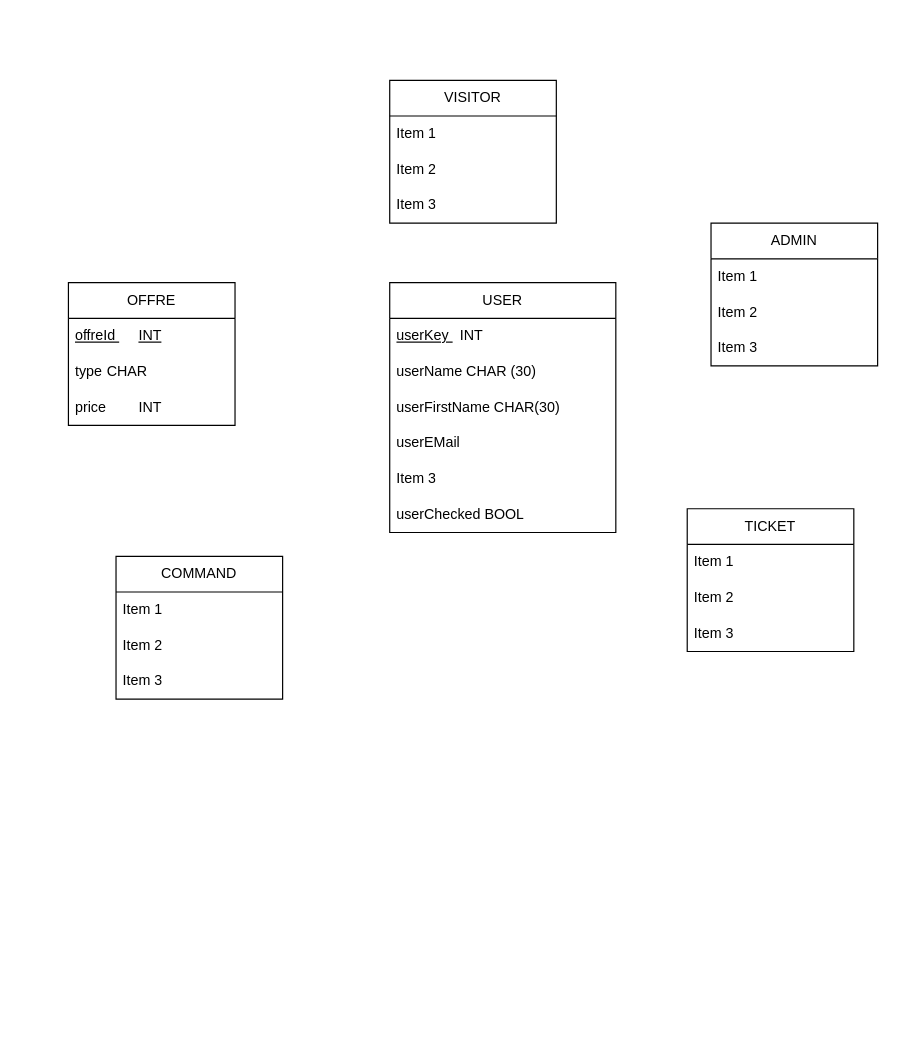
Earlier version of the draw.io diagram MCD.drawio (mariannemnrt/ProjetReservationBilletJO). Source tidied: cells renumbered, new cells numbered last; positions are measured from the earlier drawing's top-left corner, leaving out a move shared by most shapes. Both pictures are drawn from the tidied source at 119%, with x=0, y=0 at pixel (68, 80).
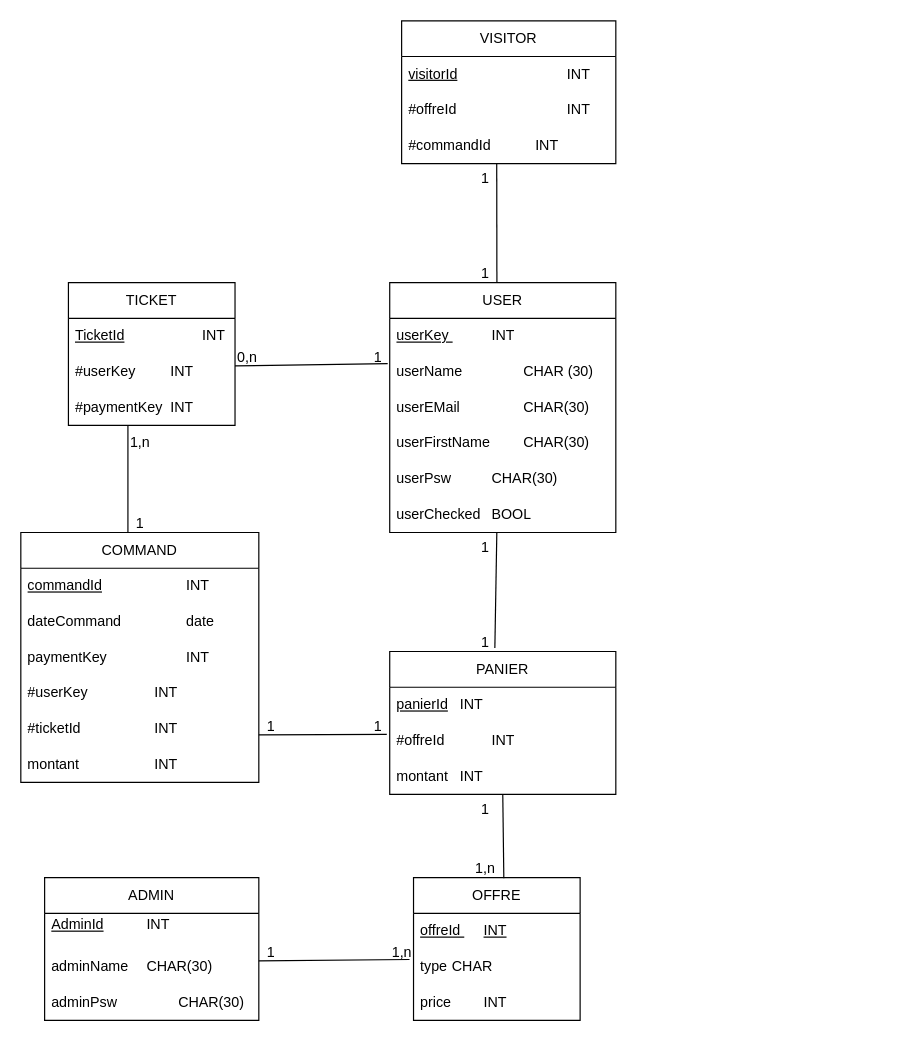
The same page after the edit.

Commit message (it also covers changes not shown here):
Mettre à jour MCD.drawio

Unchanged cells that the change refers to:
```xml
<mxCell id="2" value="USER" style="swimlane;fontStyle=0;horizontal=1;startSize=30;whiteSpace=wrap;html=1;" parent="1" vertex="1">
  <mxGeometry x="270" y="170" width="190" height="210" as="geometry" />
</mxCell>
<mxCell id="11" value="type&lt;span style=&quot;white-space: pre;&quot;&gt;&#9;&lt;/span&gt;CHAR " style="text;strokeColor=none;fillColor=none;align=left;verticalAlign=middle;spacingLeft=4;spacingRight=4;overflow=hidden;points=[[0,0.5],[1,0.5]];portConstraint=eastwest;whiteSpace=wrap;html=1;" parent="9" vertex="1">
  <mxGeometry y="60" width="140" height="30" as="geometry" />
</mxCell>
```

What changed in the source:
```diff
@@
-    <mxCell id="3" value="&lt;u&gt;userKey &lt;/u&gt;&lt;span style=&quot;white-space: pre;&quot;&gt;&#9;&lt;/span&gt;INT&lt;u&gt;&lt;br&gt;&lt;/u&gt;" style="text;strokeColor=none;fillColor=none;align=left;verticalAlign=middle;spacingLeft=4;spacingRight=4;overflow=hidden;whiteSpace=wrap;html=1;" parent="2" vertex="1">
+    <mxCell id="3" value="&lt;u&gt;userKey &lt;/u&gt;&lt;span style=&quot;white-space: pre;&quot;&gt;&#9;&lt;/span&gt;&lt;span style=&quot;white-space: pre;&quot;&gt;&#9;&lt;/span&gt;INT&lt;u&gt;&lt;br&gt;&lt;/u&gt;" style="text;strokeColor=none;fillColor=none;align=left;verticalAlign=middle;spacingLeft=4;spacingRight=4;overflow=hidden;whiteSpace=wrap;html=1;" parent="2" vertex="1">
       <mxGeometry y="30" width="190" height="30" as="geometry" />
     </mxCell>
-    <mxCell id="4" value="userName CHAR (30)" style="text;strokeColor=none;fillColor=none;align=left;verticalAlign=middle;spacingLeft=4;spacingRight=4;overflow=hidden;points=[[0,0.5],[1,0.5]];portConstraint=eastwest;whiteSpace=wrap;html=1;" parent="2" vertex="1">
+    <mxCell id="4" value="userName &lt;span style=&quot;white-space: pre;&quot;&gt;&#9;&lt;/span&gt;&lt;span style=&quot;white-space: pre;&quot;&gt;&#9;&lt;/span&gt;CHAR (30)" style="text;strokeColor=none;fillColor=none;align=left;verticalAlign=middle;spacingLeft=4;spacingRight=4;overflow=hidden;points=[[0,0.5],[1,0.5]];portConstraint=eastwest;whiteSpace=wrap;html=1;" parent="2" vertex="1">
       <mxGeometry y="60" width="190" height="30" as="geometry" />
     </mxCell>
+    <mxCell id="6" value="userEMail&lt;span style=&quot;white-space: pre;&quot;&gt;&#9;&lt;/span&gt;&lt;span style=&quot;white-space: pre;&quot;&gt;&#9;&lt;/span&gt;CHAR(30)" style="text;strokeColor=none;fillColor=none;align=left;verticalAlign=middle;spacingLeft=4;spacingRight=4;overflow=hidden;whiteSpace=wrap;html=1;" parent="2" vertex="1">
+      <mxGeometry y="90" width="190" height="30" as="geometry" />
+    </mxCell>
-    <mxCell id="5" value="userFirstName CHAR(30)" style="text;strokeColor=none;fillColor=none;align=left;verticalAlign=middle;spacingLeft=4;spacingRight=4;overflow=hidden;whiteSpace=wrap;html=1;" parent="2" vertex="1">
-      <mxGeometry y="90" width="190" height="30" as="geometry" />
+    <mxCell id="5" value="userFirstName &lt;span style=&quot;white-space: pre;&quot;&gt;&#9;&lt;/span&gt;CHAR(30)" style="text;strokeColor=none;fillColor=none;align=left;verticalAlign=middle;spacingLeft=4;spacingRight=4;overflow=hidden;whiteSpace=wrap;html=1;" parent="2" vertex="1">
+      <mxGeometry y="120" width="190" height="30" as="geometry" />
     </mxCell>
-    <mxCell id="6" value="userEMail" style="text;strokeColor=none;fillColor=none;align=left;verticalAlign=middle;spacingLeft=4;spacingRight=4;overflow=hidden;whiteSpace=wrap;html=1;" parent="2" vertex="1">
-      <mxGeometry y="120" width="190" height="30" as="geometry" />
-    </mxCell>
-    <mxCell id="7" value="Item 3" style="text;strokeColor=none;fillColor=none;align=left;verticalAlign=middle;spacingLeft=4;spacingRight=4;overflow=hidden;whiteSpace=wrap;html=1;" parent="2" vertex="1">
+    <mxCell id="7" value="userPsw&lt;span style=&quot;white-space: pre;&quot;&gt;&#9;&lt;/span&gt;&lt;span style=&quot;white-space: pre;&quot;&gt;&#9;&lt;/span&gt;CHAR(30)" style="text;strokeColor=none;fillColor=none;align=left;verticalAlign=middle;spacingLeft=4;spacingRight=4;overflow=hidden;whiteSpace=wrap;html=1;" parent="2" vertex="1">
       <mxGeometry y="150" width="190" height="30" as="geometry" />
     </mxCell>
-    <mxCell id="8" value="userChecked BOOL" style="text;strokeColor=none;fillColor=none;align=left;verticalAlign=middle;spacingLeft=4;spacingRight=4;overflow=hidden;whiteSpace=wrap;html=1;" parent="2" vertex="1">
+    <mxCell id="8" value="userChecked &lt;span style=&quot;white-space: pre;&quot;&gt;&#9;&lt;/span&gt;BOOL" style="text;strokeColor=none;fillColor=none;align=left;verticalAlign=middle;spacingLeft=4;spacingRight=4;overflow=hidden;whiteSpace=wrap;html=1;" parent="2" vertex="1">
       <mxGeometry y="180" width="190" height="30" as="geometry" />
     </mxCell>
     <mxCell id="9" value="OFFRE " style="swimlane;fontStyle=0;horizontal=1;startSize=30;whiteSpace=wrap;html=1;" parent="1" vertex="1">
-      <mxGeometry y="170" width="140" height="120" as="geometry" />
+      <mxGeometry x="290" y="670" width="140" height="120" as="geometry" />
     </mxCell>
@@
     <mxCell id="13" value="ADMIN" style="swimlane;fontStyle=0;horizontal=1;startSize=30;whiteSpace=wrap;html=1;" parent="1" vertex="1">
-      <mxGeometry x="540" y="120" width="140" height="120" as="geometry" />
+      <mxGeometry x="-20" y="670" width="180" height="120" as="geometry" />
     </mxCell>
-    <mxCell id="14" value="Item 1" style="text;strokeColor=none;fillColor=none;align=left;verticalAlign=middle;spacingLeft=4;spacingRight=4;overflow=hidden;whiteSpace=wrap;html=1;" parent="13" vertex="1">
-      <mxGeometry y="30" width="140" height="30" as="geometry" />
+    <mxCell id="14" value="&lt;u&gt;AdminId&lt;/u&gt;&lt;span style=&quot;white-space: pre;&quot;&gt;&#9;&lt;/span&gt;&lt;span style=&quot;white-space: pre;&quot;&gt;&#9;&lt;/span&gt;INT &lt;span style=&quot;white-space: pre;&quot;&gt;&#9;&lt;/span&gt;&lt;span style=&quot;white-space: pre;&quot;&gt;&#9;&lt;/span&gt;&lt;span style=&quot;white-space: pre;&quot;&gt;&#9;&lt;/span&gt;&lt;span style=&quot;white-space: pre;&quot;&gt;&#9;&lt;/span&gt;&lt;span style=&quot;white-space: pre;&quot;&gt;&#9;&lt;/span&gt;" style="text;strokeColor=none;fillColor=none;align=left;verticalAlign=middle;spacingLeft=4;spacingRight=4;overflow=hidden;whiteSpace=wrap;html=1;" parent="13" vertex="1">
+      <mxGeometry y="30" width="180" height="30" as="geometry" />
     </mxCell>
-    <mxCell id="15" value="Item 2" style="text;strokeColor=none;fillColor=none;align=left;verticalAlign=middle;spacingLeft=4;spacingRight=4;overflow=hidden;whiteSpace=wrap;html=1;" parent="13" vertex="1">
-      <mxGeometry y="60" width="140" height="30" as="geometry" />
+    <mxCell id="15" value="adminName&lt;span style=&quot;white-space: pre;&quot;&gt;&#9;&lt;/span&gt;CHAR(30)" style="text;strokeColor=none;fillColor=none;align=left;verticalAlign=middle;spacingLeft=4;spacingRight=4;overflow=hidden;whiteSpace=wrap;html=1;" parent="13" vertex="1">
+      <mxGeometry y="60" width="180" height="30" as="geometry" />
     </mxCell>
-    <mxCell id="16" value="Item 3" style="text;strokeColor=none;fillColor=none;align=left;verticalAlign=middle;spacingLeft=4;spacingRight=4;overflow=hidden;whiteSpace=wrap;html=1;" parent="13" vertex="1">
-      <mxGeometry y="90" width="140" height="30" as="geometry" />
+    <mxCell id="16" value="adminPsw&lt;span style=&quot;white-space: pre;&quot;&gt;&#9;&lt;/span&gt;&lt;span style=&quot;white-space: pre;&quot;&gt;&#9;&lt;/span&gt;CHAR(30)" style="text;strokeColor=none;fillColor=none;align=left;verticalAlign=middle;spacingLeft=4;spacingRight=4;overflow=hidden;whiteSpace=wrap;html=1;" parent="13" vertex="1">
+      <mxGeometry y="90" width="180" height="30" as="geometry" />
     </mxCell>
     <mxCell id="17" value="VISITOR" style="swimlane;fontStyle=0;horizontal=1;startSize=30;whiteSpace=wrap;html=1;" parent="1" vertex="1">
-      <mxGeometry x="270" width="140" height="120" as="geometry" />
+      <mxGeometry x="280" y="-50" width="180" height="120" as="geometry" />
     </mxCell>
-    <mxCell id="18" value="Item 1" style="text;strokeColor=none;fillColor=none;align=left;verticalAlign=middle;spacingLeft=4;spacingRight=4;overflow=hidden;whiteSpace=wrap;html=1;" parent="17" vertex="1">
-      <mxGeometry y="30" width="140" height="30" as="geometry" />
+    <mxCell id="18" value="&lt;u&gt;visitorId&lt;span style=&quot;white-space: pre;&quot;&gt;&#9;&lt;/span&gt;&lt;/u&gt;&lt;span style=&quot;white-space: pre;&quot;&gt;&lt;/span&gt;&lt;span style=&quot;white-space: pre;&quot;&gt;&#9;&lt;/span&gt;&lt;span style=&quot;white-space: pre;&quot;&gt;&#9;&lt;span style=&quot;white-space: pre;&quot;&gt;&#9;&lt;/span&gt;&lt;/span&gt;INT" style="text;strokeColor=none;fillColor=none;align=left;verticalAlign=middle;spacingLeft=4;spacingRight=4;overflow=hidden;whiteSpace=wrap;html=1;" parent="17" vertex="1">
+      <mxGeometry y="30" width="180" height="30" as="geometry" />
     </mxCell>
-    <mxCell id="19" value="Item 2" style="text;strokeColor=none;fillColor=none;align=left;verticalAlign=middle;spacingLeft=4;spacingRight=4;overflow=hidden;whiteSpace=wrap;html=1;" parent="17" vertex="1">
-      <mxGeometry y="60" width="140" height="30" as="geometry" />
+    <mxCell id="19" value="#offreId&lt;span style=&quot;white-space: pre;&quot;&gt;&#9;&lt;/span&gt;&lt;span style=&quot;white-space: pre;&quot;&gt;&#9;&lt;/span&gt;&lt;span style=&quot;white-space: pre;&quot;&gt;&#9;&lt;span style=&quot;white-space: pre;&quot;&gt;&#9;&lt;/span&gt;&lt;/span&gt;INT" style="text;strokeColor=none;fillColor=none;align=left;verticalAlign=middle;spacingLeft=4;spacingRight=4;overflow=hidden;whiteSpace=wrap;html=1;" parent="17" vertex="1">
+      <mxGeometry y="60" width="180" height="30" as="geometry" />
     </mxCell>
-    <mxCell id="20" value="Item 3" style="text;strokeColor=none;fillColor=none;align=left;verticalAlign=middle;spacingLeft=4;spacingRight=4;overflow=hidden;points=[[0,0.5],[1,0.5]];portConstraint=eastwest;whiteSpace=wrap;html=1;" parent="17" vertex="1">
-      <mxGeometry y="90" width="140" height="30" as="geometry" />
+    <mxCell id="20" value="#commandId&lt;span style=&quot;white-space: pre;&quot;&gt;&#9;&lt;/span&gt;&lt;span style=&quot;white-space: pre;&quot;&gt;&#9;&lt;/span&gt;INT" style="text;strokeColor=none;fillColor=none;align=left;verticalAlign=middle;spacingLeft=4;spacingRight=4;overflow=hidden;points=[[0,0.5],[1,0.5]];portConstraint=eastwest;whiteSpace=wrap;html=1;" parent="17" vertex="1">
+      <mxGeometry y="90" width="180" height="30" as="geometry" />
     </mxCell>
     <mxCell id="21" value="COMMAND" style="swimlane;fontStyle=0;horizontal=1;startSize=30;whiteSpace=wrap;html=1;" parent="1" vertex="1">
-      <mxGeometry x="40" y="400" width="140" height="120" as="geometry" />
+      <mxGeometry x="-40" y="380" width="200" height="210" as="geometry" />
     </mxCell>
-    <mxCell id="22" value="Item 1" style="text;strokeColor=none;fillColor=none;align=left;verticalAlign=middle;spacingLeft=4;spacingRight=4;overflow=hidden;whiteSpace=wrap;html=1;" parent="21" vertex="1">
-      <mxGeometry y="30" width="140" height="30" as="geometry" />
+    <mxCell id="22" value="&lt;u&gt;commandId&lt;/u&gt;&lt;span style=&quot;white-space: pre;&quot;&gt;&#9;&lt;/span&gt;&lt;span style=&quot;white-space: pre;&quot;&gt;&#9;&lt;/span&gt;&lt;span style=&quot;white-space: pre;&quot;&gt;&#9;&lt;/span&gt;INT" style="text;strokeColor=none;fillColor=none;align=left;verticalAlign=middle;spacingLeft=4;spacingRight=4;overflow=hidden;whiteSpace=wrap;html=1;" parent="21" vertex="1">
+      <mxGeometry y="30" width="200" height="30" as="geometry" />
     </mxCell>
-    <mxCell id="23" value="Item 2" style="text;strokeColor=none;fillColor=none;align=left;verticalAlign=middle;spacingLeft=4;spacingRight=4;overflow=hidden;whiteSpace=wrap;html=1;" parent="21" vertex="1">
-      <mxGeometry y="60" width="140" height="30" as="geometry" />
+    <mxCell id="23" value="dateCommand&lt;span style=&quot;white-space: pre;&quot;&gt;&#9;&lt;/span&gt;&lt;span style=&quot;white-space: pre;&quot;&gt;&#9;&lt;/span&gt;&lt;span style=&quot;white-space: pre;&quot;&gt;date&lt;/span&gt;" style="text;strokeColor=none;fillColor=none;align=left;verticalAlign=middle;spacingLeft=4;spacingRight=4;overflow=hidden;whiteSpace=wrap;html=1;" parent="21" vertex="1">
+      <mxGeometry y="60" width="200" height="30" as="geometry" />
     </mxCell>
-    <mxCell id="24" value="Item 3" style="text;strokeColor=none;fillColor=none;align=left;verticalAlign=middle;spacingLeft=4;spacingRight=4;overflow=hidden;whiteSpace=wrap;html=1;" parent="21" vertex="1">
-      <mxGeometry y="90" width="140" height="30" as="geometry" />
+    <mxCell id="24" value="paymentKey&lt;span style=&quot;white-space: pre;&quot;&gt;&#9;&lt;/span&gt;&lt;span style=&quot;white-space: pre;&quot;&gt;&#9;&lt;/span&gt;&lt;span style=&quot;white-space: pre;&quot;&gt;&#9;&lt;/span&gt;INT" style="text;strokeColor=none;fillColor=none;align=left;verticalAlign=middle;spacingLeft=4;spacingRight=4;overflow=hidden;whiteSpace=wrap;html=1;" parent="21" vertex="1">
+      <mxGeometry y="90" width="200" height="30" as="geometry" />
     </mxCell>
+    <mxCell id="29" value="#userKey&lt;span style=&quot;white-space: pre;&quot;&gt;&#9;&lt;/span&gt;&lt;span style=&quot;white-space: pre;&quot;&gt;&#9;&lt;/span&gt;&lt;span style=&quot;white-space: pre;&quot;&gt;&#9;&lt;/span&gt;INT" style="text;strokeColor=none;fillColor=none;align=left;verticalAlign=middle;spacingLeft=4;spacingRight=4;overflow=hidden;whiteSpace=wrap;html=1;" parent="21" vertex="1">
+      <mxGeometry y="120" width="200" height="30" as="geometry" />
+    </mxCell>
+    <mxCell id="30" value="#ticketId&lt;span style=&quot;white-space: pre;&quot;&gt;&#9;&lt;/span&gt;&lt;span style=&quot;white-space: pre;&quot;&gt;&#9;&lt;/span&gt;&lt;span style=&quot;white-space: pre;&quot;&gt;&#9;&lt;/span&gt;INT" style="text;strokeColor=none;fillColor=none;align=left;verticalAlign=middle;spacingLeft=4;spacingRight=4;overflow=hidden;whiteSpace=wrap;html=1;" parent="21" vertex="1">
+      <mxGeometry y="150" width="200" height="30" as="geometry" />
+    </mxCell>
+    <mxCell id="31" value="montant&lt;span style=&quot;white-space: pre;&quot;&gt;&#9;&lt;/span&gt;&lt;span style=&quot;white-space: pre;&quot;&gt;&#9;&lt;/span&gt;&lt;span style=&quot;white-space: pre;&quot;&gt;&#9;&lt;/span&gt;INT" style="text;strokeColor=none;fillColor=none;align=left;verticalAlign=middle;spacingLeft=4;spacingRight=4;overflow=hidden;whiteSpace=wrap;html=1;" parent="21" vertex="1">
+      <mxGeometry y="180" width="200" height="30" as="geometry" />
+    </mxCell>
     <mxCell id="25" value="TICKET" style="swimlane;fontStyle=0;horizontal=1;startSize=30;whiteSpace=wrap;html=1;" parent="1" vertex="1">
-      <mxGeometry x="520" y="360" width="140" height="120" as="geometry" />
+      <mxGeometry y="170" width="140" height="120" as="geometry" />
     </mxCell>
-    <mxCell id="26" value="Item 1" style="text;strokeColor=none;fillColor=none;align=left;verticalAlign=middle;spacingLeft=4;spacingRight=4;overflow=hidden;whiteSpace=wrap;html=1;" parent="25" vertex="1">
+    <mxCell id="26" value="&lt;u&gt;TicketId&lt;/u&gt;&lt;span style=&quot;white-space: pre;&quot;&gt;&#9;&lt;/span&gt;&lt;span style=&quot;white-space: pre;&quot;&gt;&#9;&lt;span style=&quot;white-space: pre;&quot;&gt;&#9;&lt;/span&gt;&lt;/span&gt;INT" style="text;strokeColor=none;fillColor=none;align=left;verticalAlign=middle;spacingLeft=4;spacingRight=4;overflow=hidden;whiteSpace=wrap;html=1;" parent="25" vertex="1">
       <mxGeometry y="30" width="140" height="30" as="geometry" />
     </mxCell>
-    <mxCell id="27" value="Item 2" style="text;strokeColor=none;fillColor=none;align=left;verticalAlign=middle;spacingLeft=4;spacingRight=4;overflow=hidden;whiteSpace=wrap;html=1;" parent="25" vertex="1">
+    <mxCell id="27" value="#userKey&lt;span style=&quot;white-space: pre;&quot;&gt;&#9;&lt;span style=&quot;white-space: pre;&quot;&gt;&#9;&lt;/span&gt;&lt;/span&gt;INT" style="text;strokeColor=none;fillColor=none;align=left;verticalAlign=middle;spacingLeft=4;spacingRight=4;overflow=hidden;whiteSpace=wrap;html=1;" parent="25" vertex="1">
       <mxGeometry y="60" width="140" height="30" as="geometry" />
     </mxCell>
-    <mxCell id="28" value="Item 3" style="text;strokeColor=none;fillColor=none;align=left;verticalAlign=middle;spacingLeft=4;spacingRight=4;overflow=hidden;whiteSpace=wrap;html=1;" parent="25" vertex="1">
+    <mxCell id="28" value="#paymentKey&lt;span style=&quot;white-space: pre;&quot;&gt;&#9;&lt;/span&gt;INT" style="text;strokeColor=none;fillColor=none;align=left;verticalAlign=middle;spacingLeft=4;spacingRight=4;overflow=hidden;whiteSpace=wrap;html=1;" parent="25" vertex="1">
       <mxGeometry y="90" width="140" height="30" as="geometry" />
     </mxCell>
+    <mxCell id="32" value="PANIER" style="swimlane;fontStyle=0;horizontal=1;startSize=30;whiteSpace=wrap;html=1;" parent="1" vertex="1">
+      <mxGeometry x="270" y="480" width="190" height="120" as="geometry" />
+    </mxCell>
+    <mxCell id="33" value="&lt;u&gt;panierId&lt;/u&gt;&amp;nbsp;&lt;span style=&quot;white-space: pre;&quot;&gt;&#9;&lt;/span&gt;INT&lt;span style=&quot;white-space: pre;&quot;&gt;&#9;&lt;/span&gt;" style="text;strokeColor=none;fillColor=none;align=left;verticalAlign=middle;spacingLeft=4;spacingRight=4;overflow=hidden;whiteSpace=wrap;html=1;" parent="32" vertex="1">
+      <mxGeometry y="30" width="190" height="30" as="geometry" />
+    </mxCell>
+    <mxCell id="34" value="#offreId&lt;span style=&quot;white-space: pre;&quot;&gt;&#9;&lt;/span&gt;&lt;span style=&quot;white-space: pre;&quot;&gt;&#9;&lt;/span&gt;INT" style="text;strokeColor=none;fillColor=none;align=left;verticalAlign=middle;spacingLeft=4;spacingRight=4;overflow=hidden;points=[[0,0.5],[1,0.5]];portConstraint=eastwest;whiteSpace=wrap;html=1;" parent="32" vertex="1">
+      <mxGeometry y="60" width="190" height="30" as="geometry" />
+    </mxCell>
+    <mxCell id="35" value="montant&lt;span style=&quot;white-space: pre;&quot;&gt;&#9;&lt;/span&gt;INT" style="text;strokeColor=none;fillColor=none;align=left;verticalAlign=middle;spacingLeft=4;spacingRight=4;overflow=hidden;whiteSpace=wrap;html=1;" parent="32" vertex="1">
+      <mxGeometry y="90" width="190" height="30" as="geometry" />
+    </mxCell>
+    <mxCell id="36" style="endArrow=none;html=1;rounded=0;entryX=0.444;entryY=1;entryDx=0;entryDy=0;entryPerimeter=0;exitX=0.474;exitY=-0.002;exitDx=0;exitDy=0;exitPerimeter=0;" parent="1" edge="1" source="2" target="20">
+      <mxGeometry relative="1" as="geometry" />
+    </mxCell>
+    <mxCell id="37" value="1" style="text;html=1;align=center;verticalAlign=middle;strokeColor=none;fillColor=none;" parent="1" vertex="1">
+      <mxGeometry x="335" y="68" width="30" height="30" as="geometry" />
+    </mxCell>
+    <mxCell id="38" value="1" style="text;html=1;align=center;verticalAlign=middle;strokeColor=none;fillColor=none;" parent="1" vertex="1">
+      <mxGeometry x="335" y="148" width="30" height="30" as="geometry" />
+    </mxCell>
+    <mxCell id="39" style="endArrow=none;html=1;rounded=0;exitX=0.465;exitY=-0.024;exitDx=0;exitDy=0;exitPerimeter=0;" parent="1" edge="1" source="32">
+      <mxGeometry relative="1" as="geometry">
+        <mxPoint x="360" y="380" as="targetPoint" />
+      </mxGeometry>
+    </mxCell>
+    <mxCell id="40" value="1" style="text;html=1;align=center;verticalAlign=middle;strokeColor=none;fillColor=none;" parent="1" vertex="1">
+      <mxGeometry x="335" y="378" width="30" height="30" as="geometry" />
+    </mxCell>
+    <mxCell id="41" value="1" style="text;html=1;align=center;verticalAlign=middle;strokeColor=none;fillColor=none;" parent="1" vertex="1">
+      <mxGeometry x="335" y="458" width="30" height="30" as="geometry" />
+    </mxCell>
+    <mxCell id="42" style="endArrow=none;html=1;rounded=0;exitX=0.542;exitY=0.004;exitDx=0;exitDy=0;exitPerimeter=0;" parent="1" edge="1" source="9">
+      <mxGeometry relative="1" as="geometry">
+        <mxPoint x="365" y="600" as="targetPoint" />
+      </mxGeometry>
+    </mxCell>
+    <mxCell id="43" value="1" style="text;html=1;align=center;verticalAlign=middle;strokeColor=none;fillColor=none;" parent="1" vertex="1">
+      <mxGeometry x="335" y="598" width="30" height="30" as="geometry" />
+    </mxCell>
+    <mxCell id="44" value="1,n" style="text;html=1;align=center;verticalAlign=middle;strokeColor=none;fillColor=none;" parent="1" vertex="1">
+      <mxGeometry x="330" y="648" width="40" height="30" as="geometry" />
+    </mxCell>
+    <mxCell id="45" style="endArrow=none;html=1;rounded=0;entryX=-0.024;entryY=0.294;entryDx=0;entryDy=0;entryPerimeter=0;" parent="1" edge="1" target="11">
+      <mxGeometry relative="1" as="geometry">
+        <mxPoint x="160" y="740" as="sourcePoint" />
+      </mxGeometry>
+    </mxCell>
+    <mxCell id="46" value="1" style="text;html=1;align=center;verticalAlign=middle;strokeColor=none;fillColor=none;" parent="1" vertex="1">
+      <mxGeometry x="155" y="718" width="30" height="30" as="geometry" />
+    </mxCell>
+    <mxCell id="47" value="1,n" style="text;html=1;align=center;verticalAlign=middle;strokeColor=none;fillColor=none;" parent="1" vertex="1">
+      <mxGeometry x="260" y="718" width="40" height="30" as="geometry" />
+    </mxCell>
+    <mxCell id="48" style="endArrow=none;html=1;rounded=0;" parent="1" edge="1">
+      <mxGeometry relative="1" as="geometry">
+        <mxPoint x="50" y="380" as="sourcePoint" />
+        <mxPoint x="50" y="290" as="targetPoint" />
+      </mxGeometry>
+    </mxCell>
+    <mxCell id="49" value="1" style="text;html=1;align=center;verticalAlign=middle;strokeColor=none;fillColor=none;" parent="1" vertex="1">
+      <mxGeometry x="45" y="358" width="30" height="30" as="geometry" />
+    </mxCell>
+    <mxCell id="50" value="1,n" style="text;html=1;align=center;verticalAlign=middle;strokeColor=none;fillColor=none;" parent="1" vertex="1">
+      <mxGeometry x="40" y="290" width="40" height="30" as="geometry" />
+    </mxCell>
+    <mxCell id="51" style="endArrow=none;html=1;rounded=0;entryX=-0.009;entryY=0.267;entryDx=0;entryDy=0;entryPerimeter=0;" parent="1" edge="1" target="4">
+      <mxGeometry relative="1" as="geometry">
+        <mxPoint x="140" y="240" as="sourcePoint" />
+      </mxGeometry>
+    </mxCell>
+    <mxCell id="52" value="0,n" style="text;html=1;align=center;verticalAlign=middle;strokeColor=none;fillColor=none;" parent="1" vertex="1">
+      <mxGeometry x="130" y="218" width="40" height="30" as="geometry" />
+    </mxCell>
+    <mxCell id="53" value="1" style="text;html=1;align=center;verticalAlign=middle;strokeColor=none;fillColor=none;" parent="1" vertex="1">
+      <mxGeometry x="245" y="218" width="30" height="30" as="geometry" />
+    </mxCell>
+    <mxCell id="54" style="endArrow=none;html=1;rounded=0;entryX=-0.013;entryY=0.322;entryDx=0;entryDy=0;entryPerimeter=0;" parent="1" edge="1" target="34">
+      <mxGeometry relative="1" as="geometry">
+        <mxPoint x="160" y="550" as="sourcePoint" />
+      </mxGeometry>
+    </mxCell>
+    <mxCell id="55" value="1" style="text;html=1;align=center;verticalAlign=middle;strokeColor=none;fillColor=none;" parent="1" vertex="1">
+      <mxGeometry x="155" y="528" width="30" height="30" as="geometry" />
+    </mxCell>
+    <mxCell id="56" value="1" style="text;html=1;align=center;verticalAlign=middle;strokeColor=none;fillColor=none;" parent="1" vertex="1">
+      <mxGeometry x="245" y="528" width="30" height="30" as="geometry" />
+    </mxCell>
```
